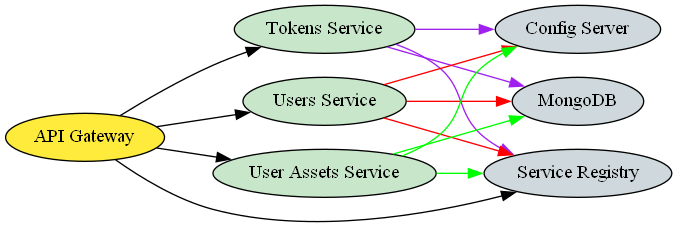
The Graphviz diagram src/backend/docs/services_graph.png in nicolacimmino/FrameworksTesting, before a commit. Its source is kept beside it as src/backend/docs/services_graph.dot.
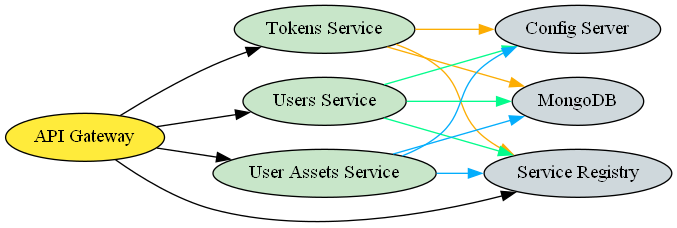
Later version of the same file.

The edit, as a diff of the source:
```diff
@@ -28,18 +28,18 @@
         database
         config_server
         service_registry
-      } [color=purple]
+      } [color="#fcad03"]
 
       users -> {
         database,
         config_server,
         service_registry
-      } [color=red]
+      } [color="#03fc8c"]
 
       user_assets -> {
         database,
         config_server,
         service_registry
-      }  [color=green]
+      }  [color="#03adfc"]
   }
 }
```
